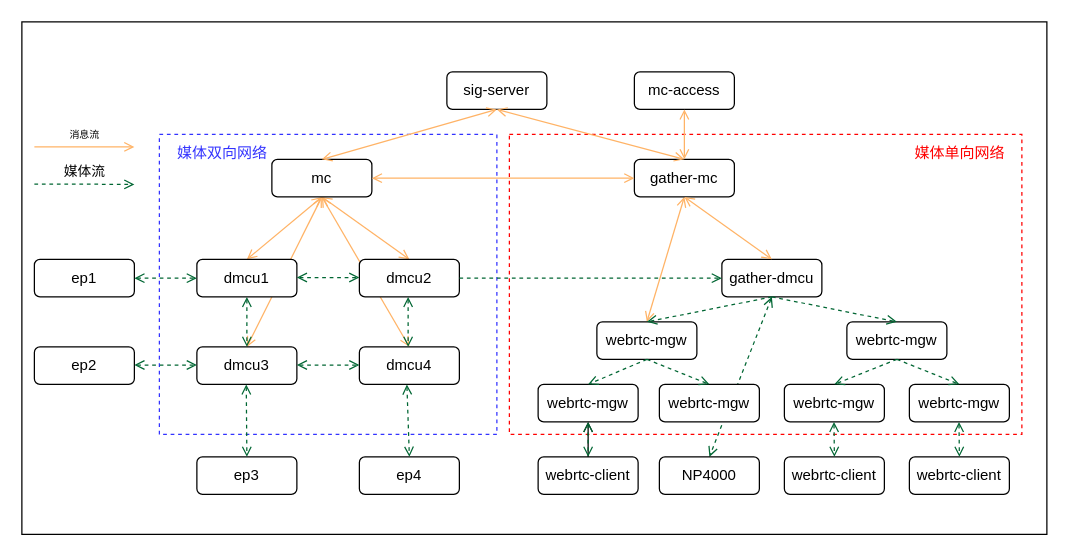
Earlier version of the draw.io diagram 单向网络-巡课.drawio (Liaozengxiang/test). Source tidied: cells renumbered, new cells numbered last; positions are measured from the earlier drawing's top-left corner, leaving out a move shared by most shapes. Both pictures are drawn from the tidied source at 125%, with x=0, y=0 at pixel (21, 21).
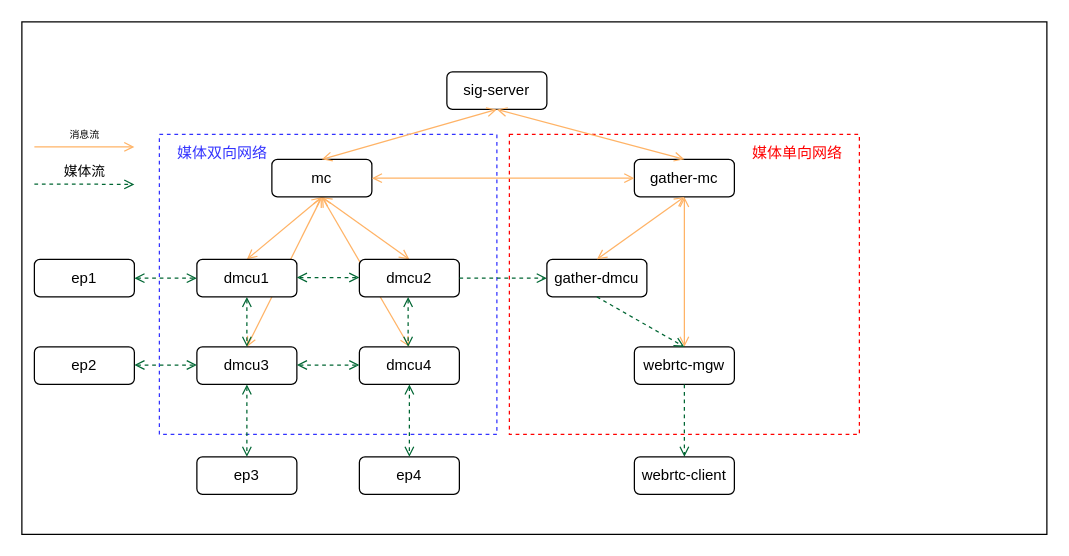
The same diagram, later.

Commit message:
Update 单向网络-巡课.drawio

Unchanged cells that the change refers to:
```xml
<mxCell id="15" value="dmcu3" style="rounded=1;whiteSpace=wrap;html=1;" parent="1" vertex="1">
  <mxGeometry x="140" y="260" width="80" height="30" as="geometry" />
</mxCell>
<mxCell id="16" value="dmcu4" style="rounded=1;whiteSpace=wrap;html=1;" parent="1" vertex="1">
  <mxGeometry x="270" y="260" width="80" height="30" as="geometry" />
</mxCell>
<mxCell id="19" value="ep3" style="rounded=1;whiteSpace=wrap;html=1;" parent="1" vertex="1">
  <mxGeometry x="140" y="348" width="80" height="30" as="geometry" />
</mxCell>
<mxCell id="20" value="ep4" style="rounded=1;whiteSpace=wrap;html=1;" parent="1" vertex="1">
  <mxGeometry x="270" y="348" width="80" height="30" as="geometry" />
</mxCell>
<mxCell id="29" value="gather-mc" style="rounded=1;whiteSpace=wrap;html=1;" parent="1" vertex="1">
  <mxGeometry x="490" y="110" width="80" height="30" as="geometry" />
</mxCell>
```

The edit, as a diff of the source:
```diff
@@
     <mxCell id="3" style="rounded=0;whiteSpace=wrap;html=1;dashed=1;shadow=0;strokeWidth=1;perimeterSpacing=0;strokeColor=#FF0000;" parent="1" vertex="1">
-      <mxGeometry x="390" y="90" width="410" height="240" as="geometry" />
+      <mxGeometry x="390" y="90" width="280" height="240" as="geometry" />
     </mxCell>
-    <mxCell id="4" style="endArrow=open;startArrow=open;html=1;rounded=0;endFill=0;startFill=0;dashed=1;strokeColor=#006633;entryX=0.5;entryY=0;entryDx=0;entryDy=0;" parent="1" edge="1" target="53">
-      <mxGeometry relative="1" as="geometry">
-        <mxPoint x="600" y="220" as="sourcePoint" />
-      </mxGeometry>
-    </mxCell>
-    <mxCell id="5" style="endArrow=open;html=1;rounded=0;strokeColor=#FFB366;startArrow=open;startFill=0;endFill=0;entryX=0.5;entryY=1;entryDx=0;entryDy=0;" parent="1" edge="1" target="29">
-      <mxGeometry relative="1" as="geometry">
-        <mxPoint x="500" y="240" as="sourcePoint" />
-      </mxGeometry>
+    <mxCell id="5" style="endArrow=open;html=1;rounded=0;strokeColor=#FFB366;startArrow=open;startFill=0;endFill=0;entryX=0.5;entryY=1;entryDx=0;entryDy=0;exitX=0.5;exitY=0;exitDx=0;exitDy=0;" parent="1" edge="1" source="39" target="29">
+      <mxGeometry relative="1" as="geometry" />
     </mxCell>
@@
-    <mxCell id="27" style="endArrow=open;startArrow=open;html=1;entryX=0.5;entryY=0;entryDx=0;entryDy=0;rounded=0;endFill=0;startFill=0;dashed=1;strokeColor=#006633;exitX=0.5;exitY=1;exitDx=0;exitDy=0;" parent="1" edge="1" target="19">
-      <mxGeometry relative="1" as="geometry">
-        <mxPoint x="179.5" y="290" as="sourcePoint" />
-      </mxGeometry>
+    <mxCell id="27" style="endArrow=open;startArrow=open;html=1;entryX=0.5;entryY=0;entryDx=0;entryDy=0;rounded=0;endFill=0;startFill=0;dashed=1;strokeColor=#006633;exitX=0.5;exitY=1;exitDx=0;exitDy=0;" parent="1" edge="1" source="15" target="19">
+      <mxGeometry relative="1" as="geometry" />
     </mxCell>
-    <mxCell id="28" style="endArrow=open;startArrow=open;html=1;entryX=0.5;entryY=0;entryDx=0;entryDy=0;rounded=0;endFill=0;startFill=0;dashed=1;strokeColor=#006633;exitX=0.5;exitY=1;exitDx=0;exitDy=0;" parent="1" edge="1" target="20">
-      <mxGeometry relative="1" as="geometry">
-        <mxPoint x="308" y="290" as="sourcePoint" />
-      </mxGeometry>
+    <mxCell id="28" style="endArrow=open;startArrow=open;html=1;entryX=0.5;entryY=0;entryDx=0;entryDy=0;rounded=0;endFill=0;startFill=0;dashed=1;strokeColor=#006633;exitX=0.5;exitY=1;exitDx=0;exitDy=0;" parent="1" edge="1" source="16" target="20">
+      <mxGeometry relative="1" as="geometry" />
     </mxCell>
@@
     <mxCell id="30" value="gather-dmcu" style="rounded=1;whiteSpace=wrap;html=1;" parent="1" vertex="1">
-      <mxGeometry x="560" y="190" width="80" height="30" as="geometry" />
+      <mxGeometry x="420" y="190" width="80" height="30" as="geometry" />
     </mxCell>
@@
     <mxCell id="36" value="媒体单向网络" style="text;html=1;align=center;verticalAlign=middle;fillColor=none;strokeColor=none;rounded=0;shadow=0;dashed=1;fontColor=#ff0000;" parent="1" vertex="1">
-      <mxGeometry x="700" y="90" width="100" height="30" as="geometry" />
+      <mxGeometry x="570" y="90" width="100" height="30" as="geometry" />
     </mxCell>
@@
     <mxCell id="39" value="webrtc-mgw" style="rounded=1;whiteSpace=wrap;html=1;" parent="1" vertex="1">
-      <mxGeometry x="460" y="240" width="80" height="30" as="geometry" />
+      <mxGeometry x="490" y="260" width="80" height="30" as="geometry" />
     </mxCell>
-    <mxCell id="40" value="webrtc-mgw" style="rounded=1;whiteSpace=wrap;html=1;" parent="1" vertex="1">
-      <mxGeometry x="660" y="240" width="80" height="30" as="geometry" />
-    </mxCell>
-    <mxCell id="41" value="webrtc-mgw" style="rounded=1;whiteSpace=wrap;html=1;" parent="1" vertex="1">
-      <mxGeometry x="413" y="290" width="80" height="30" as="geometry" />
-    </mxCell>
-    <mxCell id="42" value="webrtc-mgw" style="rounded=1;whiteSpace=wrap;html=1;" parent="1" vertex="1">
-      <mxGeometry x="510" y="290" width="80" height="30" as="geometry" />
-    </mxCell>
-    <mxCell id="43" value="webrtc-mgw" style="rounded=1;whiteSpace=wrap;html=1;" parent="1" vertex="1">
-      <mxGeometry x="610" y="290" width="80" height="30" as="geometry" />
-    </mxCell>
-    <mxCell id="44" value="webrtc-mgw" style="rounded=1;whiteSpace=wrap;html=1;" parent="1" vertex="1">
-      <mxGeometry x="710" y="290" width="80" height="30" as="geometry" />
-    </mxCell>
@@
-    <mxCell id="46" style="endArrow=open;startArrow=none;html=1;exitX=0.5;exitY=1;exitDx=0;exitDy=0;entryX=0.5;entryY=0;entryDx=0;entryDy=0;rounded=0;endFill=0;startFill=0;dashed=1;strokeColor=#006633;" parent="1" edge="1" source="30" target="40">
-      <mxGeometry relative="1" as="geometry" />
-    </mxCell>
-    <mxCell id="47" style="endArrow=open;startArrow=none;html=1;exitX=0.5;exitY=1;exitDx=0;exitDy=0;entryX=0.5;entryY=0;entryDx=0;entryDy=0;rounded=0;endFill=0;startFill=0;dashed=1;strokeColor=#006633;" parent="1" edge="1" source="39" target="41">
+    <mxCell id="47" style="endArrow=open;startArrow=none;html=1;exitX=0.5;exitY=1;exitDx=0;exitDy=0;entryX=0.5;entryY=0;entryDx=0;entryDy=0;rounded=0;endFill=0;startFill=0;dashed=1;strokeColor=#006633;" parent="1" edge="1" source="39" target="52">
       <mxGeometry relative="1" as="geometry" />
     </mxCell>
-    <mxCell id="48" style="endArrow=open;startArrow=none;html=1;exitX=0.5;exitY=1;exitDx=0;exitDy=0;entryX=0.5;entryY=0;entryDx=0;entryDy=0;rounded=0;endFill=0;startFill=0;dashed=1;strokeColor=#006633;" parent="1" edge="1" source="39" target="42">
-      <mxGeometry relative="1" as="geometry" />
-    </mxCell>
-    <mxCell id="49" style="endArrow=open;startArrow=none;html=1;exitX=0.5;exitY=1;exitDx=0;exitDy=0;entryX=0.5;entryY=0;entryDx=0;entryDy=0;rounded=0;endFill=0;startFill=0;dashed=1;strokeColor=#006633;" parent="1" edge="1" target="44">
-      <mxGeometry relative="1" as="geometry">
-        <mxPoint x="700" y="270" as="sourcePoint" />
-      </mxGeometry>
-    </mxCell>
-    <mxCell id="50" style="endArrow=open;startArrow=none;html=1;entryX=0.5;entryY=0;entryDx=0;entryDy=0;rounded=0;endFill=0;startFill=0;dashed=1;strokeColor=#006633;exitX=0.5;exitY=1;exitDx=0;exitDy=0;" parent="1" edge="1" source="40" target="43">
-      <mxGeometry relative="1" as="geometry" />
-    </mxCell>
-    <mxCell id="51" style="edgeStyle=orthogonalEdgeStyle;rounded=0;jettySize=auto;html=1;endArrow=open;endFill=0;" parent="1" edge="1" source="52" target="41">
-      <mxGeometry relative="1" as="geometry" />
-    </mxCell>
     <mxCell id="52" value="webrtc-client" style="rounded=1;whiteSpace=wrap;html=1;" parent="1" vertex="1">
-      <mxGeometry x="413" y="348" width="80" height="30" as="geometry" />
+      <mxGeometry x="490" y="348" width="80" height="30" as="geometry" />
     </mxCell>
-    <mxCell id="53" value="NP4000" style="rounded=1;whiteSpace=wrap;html=1;" parent="1" vertex="1">
-      <mxGeometry x="510" y="348" width="80" height="30" as="geometry" />
-    </mxCell>
-    <mxCell id="54" value="webrtc-client" style="rounded=1;whiteSpace=wrap;html=1;" parent="1" vertex="1">
-      <mxGeometry x="610" y="348" width="80" height="30" as="geometry" />
-    </mxCell>
-    <mxCell id="55" value="webrtc-client" style="rounded=1;whiteSpace=wrap;html=1;" parent="1" vertex="1">
-      <mxGeometry x="710" y="348" width="80" height="30" as="geometry" />
-    </mxCell>
-    <mxCell id="56" style="endArrow=open;startArrow=open;html=1;rounded=0;endFill=0;startFill=0;dashed=1;strokeColor=#006633;exitX=0.5;exitY=1;exitDx=0;exitDy=0;entryX=0.5;entryY=0;entryDx=0;entryDy=0;" parent="1" edge="1" source="41" target="52">
-      <mxGeometry relative="1" as="geometry" />
-    </mxCell>
-    <mxCell id="57" style="endArrow=open;startArrow=open;html=1;rounded=0;endFill=0;startFill=0;dashed=1;strokeColor=#006633;exitX=0.5;exitY=1;exitDx=0;exitDy=0;entryX=0.5;entryY=0;entryDx=0;entryDy=0;" parent="1" edge="1" target="54">
-      <mxGeometry relative="1" as="geometry">
-        <mxPoint x="649.7" y="320" as="sourcePoint" />
-      </mxGeometry>
-    </mxCell>
-    <mxCell id="58" style="endArrow=open;startArrow=open;html=1;rounded=0;endFill=0;startFill=0;dashed=1;strokeColor=#006633;exitX=0.5;exitY=1;exitDx=0;exitDy=0;entryX=0.5;entryY=0;entryDx=0;entryDy=0;" parent="1" edge="1" target="55">
-      <mxGeometry relative="1" as="geometry">
-        <mxPoint x="749.7" y="320" as="sourcePoint" />
-      </mxGeometry>
-    </mxCell>
@@
-    <mxCell id="60" value="mc-access" style="rounded=1;whiteSpace=wrap;html=1;" parent="1" vertex="1">
-      <mxGeometry x="490" y="40" width="80" height="30" as="geometry" />
-    </mxCell>
-    <mxCell id="61" style="endArrow=open;html=1;rounded=0;strokeColor=#FFB366;startArrow=open;startFill=0;endFill=0;entryX=0.5;entryY=1;entryDx=0;entryDy=0;exitX=0.5;exitY=0;exitDx=0;exitDy=0;" parent="1" edge="1" source="29" target="60">
-      <mxGeometry relative="1" as="geometry" />
-    </mxCell>
```
